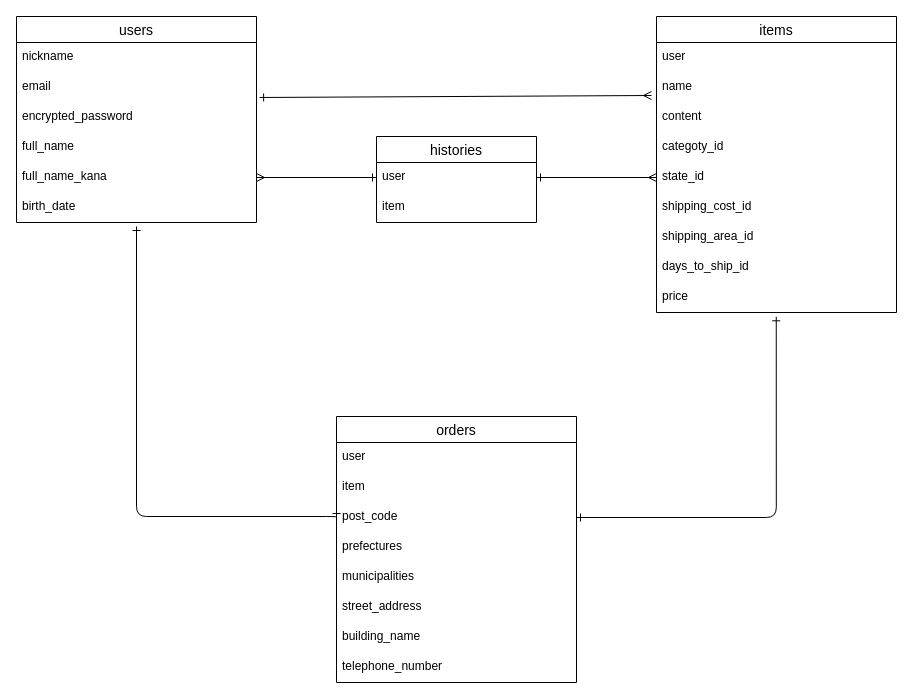
The draw.io diagram config/furima.dio in hirosetino/furima-39828, before the edit. Source tidied: cells renumbered, new cells numbered last; positions are measured from the earlier drawing's top-left corner, leaving out a move shared by most shapes. Both pictures are drawn from the tidied source at 100%, with x=0, y=0 at pixel (16, 16).
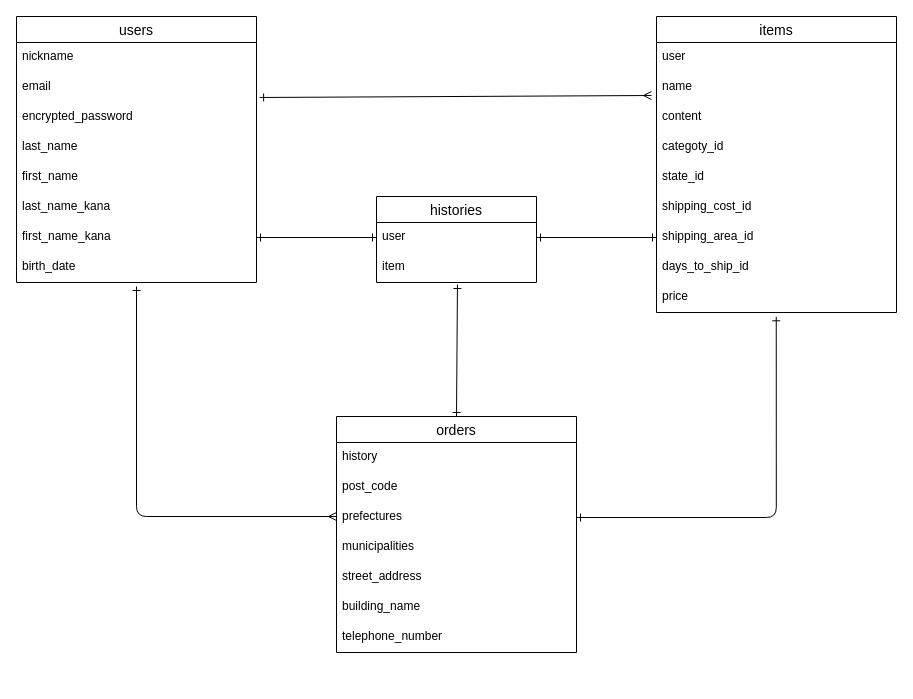
The same page after the edit.

Commit message (it also covers changes not shown here):
データベース設計修正３

Unchanged cells that the change refers to:
```xml
<mxCell id="14" value="state_id" style="text;strokeColor=none;fillColor=none;spacingLeft=4;spacingRight=4;overflow=hidden;points=[[0,0.5],[1,0.5]];portConstraint=eastwest;fontSize=12;" parent="9" vertex="1">
  <mxGeometry y="146" width="240" height="30" as="geometry" />
</mxCell>
<mxCell id="16" value="shipping_area_id" style="text;strokeColor=none;fillColor=none;spacingLeft=4;spacingRight=4;overflow=hidden;points=[[0,0.5],[1,0.5]];portConstraint=eastwest;fontSize=12;" parent="9" vertex="1">
  <mxGeometry y="206" width="240" height="30" as="geometry" />
</mxCell>
<mxCell id="32" value="user" style="text;strokeColor=none;fillColor=none;spacingLeft=4;spacingRight=4;overflow=hidden;points=[[0,0.5],[1,0.5]];portConstraint=eastwest;fontSize=12;" parent="31" vertex="1">
  <mxGeometry y="26" width="160" height="30" as="geometry" />
</mxCell>
<mxCell id="33" value="item" style="text;strokeColor=none;fillColor=none;spacingLeft=4;spacingRight=4;overflow=hidden;points=[[0,0.5],[1,0.5]];portConstraint=eastwest;fontSize=12;" parent="31" vertex="1">
  <mxGeometry y="56" width="160" height="30" as="geometry" />
</mxCell>
```

What changed in the source:
```diff
@@
     <mxCell id="2" value="users" style="swimlane;fontStyle=0;horizontal=1;startSize=26;align=center;fontSize=14;" parent="1" vertex="1">
-      <mxGeometry width="240" height="206" as="geometry" />
+      <mxGeometry width="240" height="266" as="geometry" />
     </mxCell>
@@
-    <mxCell id="6" value="full_name" style="text;strokeColor=none;fillColor=none;spacingLeft=4;spacingRight=4;overflow=hidden;fontSize=12;" parent="2" vertex="1">
+    <mxCell id="6" value="last_name" style="text;strokeColor=none;fillColor=none;spacingLeft=4;spacingRight=4;overflow=hidden;fontSize=12;" parent="2" vertex="1">
       <mxGeometry y="116" width="240" height="30" as="geometry" />
     </mxCell>
+    <mxCell id="36" value="first_name" style="text;strokeColor=none;fillColor=none;spacingLeft=4;spacingRight=4;overflow=hidden;fontSize=12;" parent="2" vertex="1">
+      <mxGeometry y="146" width="240" height="30" as="geometry" />
+    </mxCell>
-    <mxCell id="7" value="full_name_kana" style="text;strokeColor=none;fillColor=none;spacingLeft=4;spacingRight=4;overflow=hidden;points=[[0,0.5],[1,0.5]];portConstraint=eastwest;fontSize=12;" parent="2" vertex="1">
-      <mxGeometry y="146" width="240" height="30" as="geometry" />
+    <mxCell id="7" value="last_name_kana" style="text;strokeColor=none;fillColor=none;spacingLeft=4;spacingRight=4;overflow=hidden;points=[[0,0.5],[1,0.5]];portConstraint=eastwest;fontSize=12;" parent="2" vertex="1">
+      <mxGeometry y="176" width="240" height="30" as="geometry" />
     </mxCell>
+    <mxCell id="37" value="first_name_kana" style="text;strokeColor=none;fillColor=none;spacingLeft=4;spacingRight=4;overflow=hidden;points=[[0,0.5],[1,0.5]];portConstraint=eastwest;fontSize=12;" parent="2" vertex="1">
+      <mxGeometry y="206" width="240" height="30" as="geometry" />
+    </mxCell>
     <mxCell id="8" value="birth_date" style="text;strokeColor=none;fillColor=none;spacingLeft=4;spacingRight=4;overflow=hidden;fontSize=12;" parent="2" vertex="1">
-      <mxGeometry y="176" width="240" height="30" as="geometry" />
+      <mxGeometry y="236" width="240" height="30" as="geometry" />
     </mxCell>
@@
+    <mxCell id="38" style="edgeStyle=none;html=1;exitX=0.5;exitY=0;exitDx=0;exitDy=0;entryX=0.506;entryY=1.067;entryDx=0;entryDy=0;entryPerimeter=0;startArrow=ERone;startFill=0;endArrow=ERone;endFill=0;" parent="1" edge="1" source="19" target="33">
+      <mxGeometry relative="1" as="geometry" />
+    </mxCell>
     <mxCell id="19" value="orders" style="swimlane;fontStyle=0;horizontal=1;startSize=26;align=center;fontSize=14;" parent="1" vertex="1">
-      <mxGeometry x="320" y="400" width="240" height="266" as="geometry" />
+      <mxGeometry x="320" y="400" width="240" height="236" as="geometry" />
     </mxCell>
-    <mxCell id="20" value="user" style="text;strokeColor=none;fillColor=none;spacingLeft=4;spacingRight=4;overflow=hidden;fontSize=12;" parent="19" vertex="1">
-      <mxGeometry y="26" width="240" height="30" as="geometry" />
-    </mxCell>
-    <mxCell id="21" value="item" style="text;strokeColor=none;fillColor=none;spacingLeft=4;spacingRight=4;overflow=hidden;fontSize=12;" parent="19" vertex="1">
-      <mxGeometry y="56" width="240" height="30" as="geometry" />
-    </mxCell>
+    <mxCell id="39" value="history" style="text;strokeColor=none;fillColor=none;spacingLeft=4;spacingRight=4;overflow=hidden;fontSize=12;" parent="19" vertex="1">
+      <mxGeometry y="26" width="240" height="30" as="geometry" />
+    </mxCell>
     <mxCell id="22" value="post_code" style="text;strokeColor=none;fillColor=none;spacingLeft=4;spacingRight=4;overflow=hidden;fontSize=12;" parent="19" vertex="1">
-      <mxGeometry y="86" width="240" height="30" as="geometry" />
+      <mxGeometry y="56" width="240" height="30" as="geometry" />
     </mxCell>
     <mxCell id="23" value="prefectures" style="text;strokeColor=none;fillColor=none;spacingLeft=4;spacingRight=4;overflow=hidden;fontSize=12;" parent="19" vertex="1">
-      <mxGeometry y="116" width="240" height="30" as="geometry" />
+      <mxGeometry y="86" width="240" height="30" as="geometry" />
     </mxCell>
     <mxCell id="24" value="municipalities" style="text;strokeColor=none;fillColor=none;spacingLeft=4;spacingRight=4;overflow=hidden;fontSize=12;" parent="19" vertex="1">
-      <mxGeometry y="146" width="240" height="30" as="geometry" />
+      <mxGeometry y="116" width="240" height="30" as="geometry" />
     </mxCell>
     <mxCell id="25" value="street_address" style="text;strokeColor=none;fillColor=none;spacingLeft=4;spacingRight=4;overflow=hidden;fontSize=12;" parent="19" vertex="1">
-      <mxGeometry y="176" width="240" height="30" as="geometry" />
+      <mxGeometry y="146" width="240" height="30" as="geometry" />
     </mxCell>
     <mxCell id="26" value="building_name" style="text;strokeColor=none;fillColor=none;spacingLeft=4;spacingRight=4;overflow=hidden;fontSize=12;" parent="19" vertex="1">
-      <mxGeometry y="206" width="240" height="30" as="geometry" />
+      <mxGeometry y="176" width="240" height="30" as="geometry" />
     </mxCell>
     <mxCell id="27" value="telephone_number" style="text;strokeColor=none;fillColor=none;spacingLeft=4;spacingRight=4;overflow=hidden;fontSize=12;" parent="19" vertex="1">
-      <mxGeometry y="236" width="240" height="30" as="geometry" />
+      <mxGeometry y="206" width="240" height="30" as="geometry" />
     </mxCell>
@@
-    <mxCell id="29" style="edgeStyle=orthogonalEdgeStyle;html=1;exitX=0;exitY=0.5;exitDx=0;exitDy=0;startArrow=ERone;startFill=0;endArrow=ERone;endFill=0;" parent="1" edge="1">
-      <mxGeometry relative="1" as="geometry">
-        <mxPoint x="320" y="501" as="sourcePoint" />
-        <mxPoint x="120" y="210" as="targetPoint" />
-        <Array as="points">
-          <mxPoint x="120" y="500" />
-        </Array>
-      </mxGeometry>
-    </mxCell>
@@
     <mxCell id="31" value="histories" style="swimlane;fontStyle=0;horizontal=1;startSize=26;align=center;fontSize=14;" parent="1" vertex="1">
-      <mxGeometry x="360" y="120" width="160" height="86" as="geometry" />
+      <mxGeometry x="360" y="180" width="160" height="86" as="geometry" />
     </mxCell>
@@
-    <mxCell id="34" style="edgeStyle=none;html=1;exitX=1;exitY=0.5;exitDx=0;exitDy=0;entryX=0;entryY=0.5;entryDx=0;entryDy=0;endArrow=ERone;endFill=0;startArrow=ERmany;startFill=0;" parent="1" edge="1" source="7" target="32">
-      <mxGeometry relative="1" as="geometry" />
-    </mxCell>
-    <mxCell id="35" style="edgeStyle=none;html=1;exitX=1;exitY=0.5;exitDx=0;exitDy=0;entryX=0;entryY=0.5;entryDx=0;entryDy=0;startArrow=ERone;startFill=0;endArrow=ERmany;endFill=0;" parent="1" edge="1" source="32" target="14">
-      <mxGeometry relative="1" as="geometry" />
-    </mxCell>
+    <mxCell id="40" style="edgeStyle=orthogonalEdgeStyle;html=1;startArrow=ERmany;startFill=0;endArrow=ERone;endFill=0;" parent="1" edge="1">
+      <mxGeometry relative="1" as="geometry">
+        <mxPoint x="320" y="500" as="sourcePoint" />
+        <mxPoint x="120" y="270" as="targetPoint" />
+        <Array as="points">
+          <mxPoint x="320" y="500" />
+          <mxPoint x="120" y="500" />
+        </Array>
+      </mxGeometry>
+    </mxCell>
+    <mxCell id="41" style="edgeStyle=none;html=1;exitX=1;exitY=0.5;exitDx=0;exitDy=0;entryX=0;entryY=0.5;entryDx=0;entryDy=0;startArrow=ERone;startFill=0;endArrow=ERone;endFill=0;" parent="1" edge="1" source="37" target="32">
+      <mxGeometry relative="1" as="geometry" />
+    </mxCell>
+    <mxCell id="42" style="edgeStyle=none;html=1;exitX=1;exitY=0.5;exitDx=0;exitDy=0;entryX=0;entryY=0.5;entryDx=0;entryDy=0;startArrow=ERone;startFill=0;endArrow=ERone;endFill=0;" parent="1" edge="1" source="32" target="16">
+      <mxGeometry relative="1" as="geometry" />
+    </mxCell>
```
